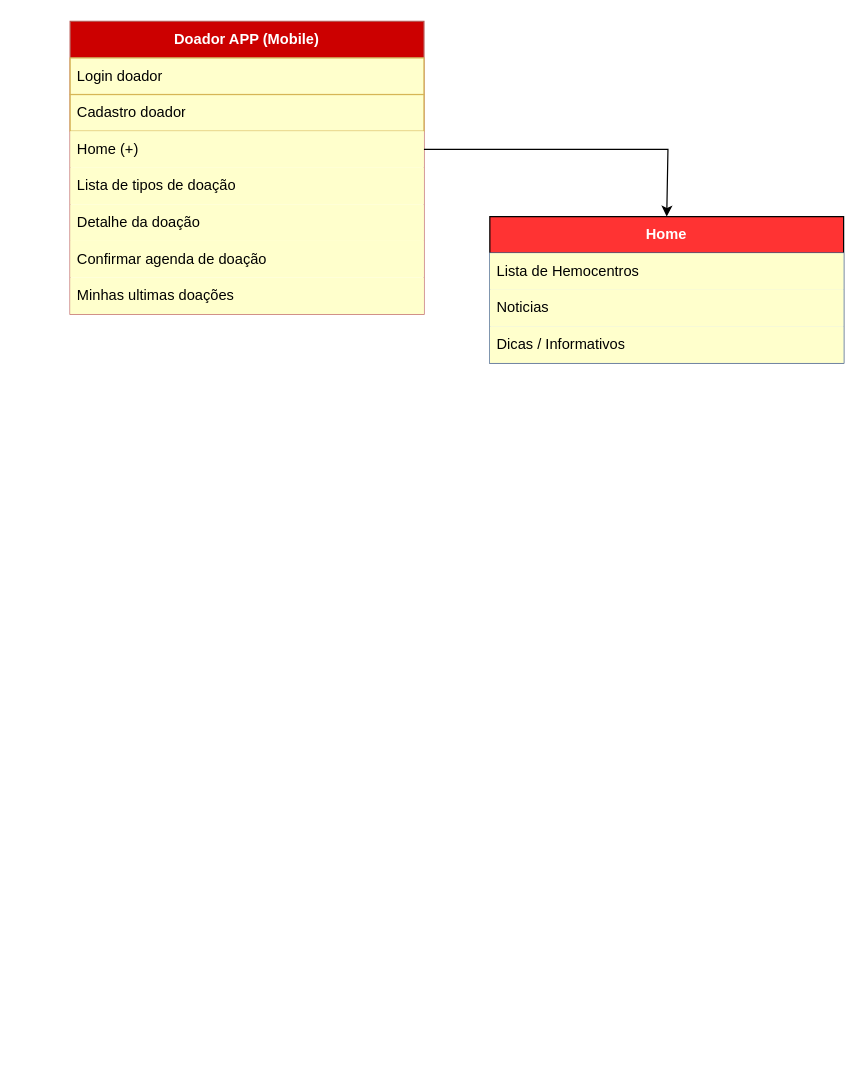
Earlier version of the draw.io diagram Sistema Hemosc.drawio (hemoscapp/base-app). Source tidied: cells renumbered, new cells numbered last; positions are measured from the earlier drawing's top-left corner, leaving out a move shared by most shapes. Both pictures are drawn from the tidied source at 122%, with x=0, y=0 at pixel (70, 21).
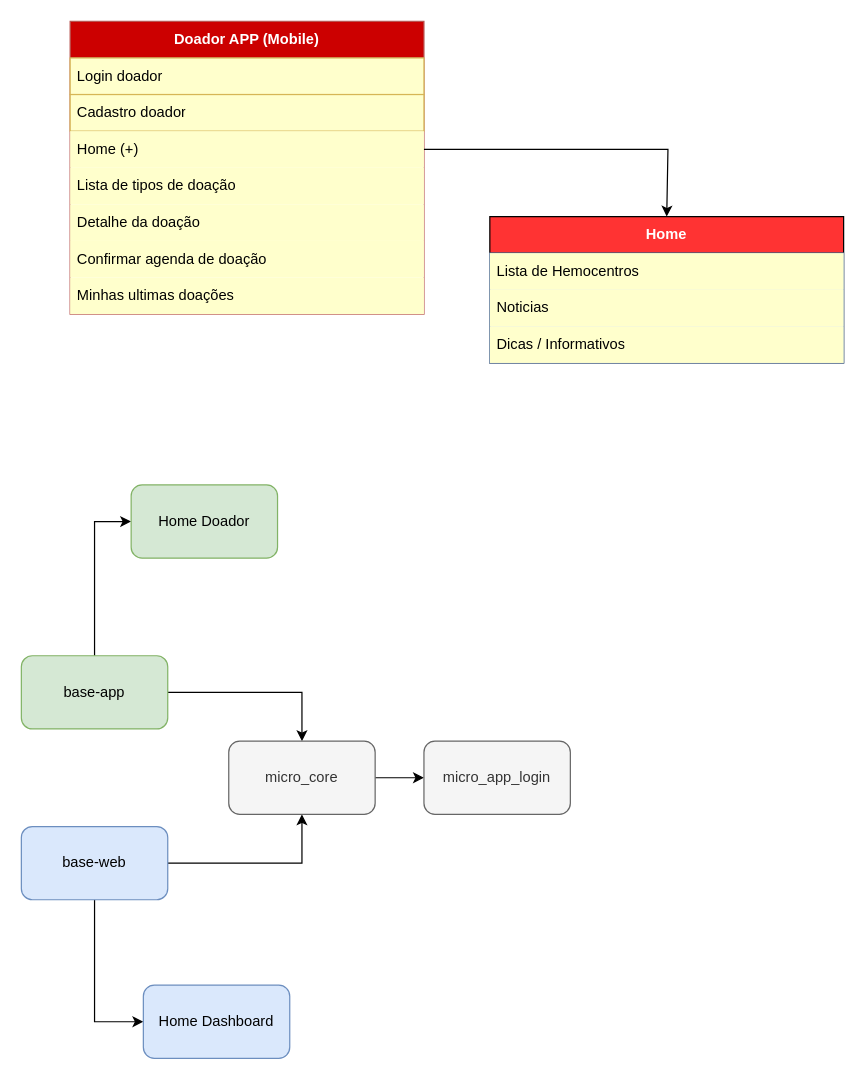
The same diagram, later.

What changed in the source:
```diff
@@
+    <mxCell id="16" style="edgeStyle=orthogonalEdgeStyle;rounded=0;jettySize=auto;html=1;entryX=0;entryY=0.5;entryDx=0;entryDy=0;" parent="1" edge="1" source="18" target="19">
+      <mxGeometry relative="1" as="geometry" />
+    </mxCell>
+    <mxCell id="17" style="edgeStyle=orthogonalEdgeStyle;rounded=0;jettySize=auto;html=1;entryX=0.5;entryY=0;entryDx=0;entryDy=0;" parent="1" edge="1" source="18" target="24">
+      <mxGeometry relative="1" as="geometry" />
+    </mxCell>
+    <mxCell id="18" value="base-app" style="rounded=1;whiteSpace=wrap;html=1;fillColor=#d5e8d4;strokeColor=#82b366;" parent="1" vertex="1">
+      <mxGeometry x="-40" y="520" width="120" height="60" as="geometry" />
+    </mxCell>
+    <mxCell id="19" value="Home Doador" style="rounded=1;whiteSpace=wrap;html=1;fillColor=#d5e8d4;strokeColor=#82b366;" parent="1" vertex="1">
+      <mxGeometry x="50" y="380" width="120" height="60" as="geometry" />
+    </mxCell>
+    <mxCell id="20" style="edgeStyle=orthogonalEdgeStyle;rounded=0;jettySize=auto;html=1;" parent="1" edge="1" source="22" target="24">
+      <mxGeometry relative="1" as="geometry" />
+    </mxCell>
+    <mxCell id="21" style="edgeStyle=orthogonalEdgeStyle;rounded=0;jettySize=auto;html=1;entryX=0;entryY=0.5;entryDx=0;entryDy=0;" parent="1" edge="1" source="22" target="26">
+      <mxGeometry relative="1" as="geometry" />
+    </mxCell>
+    <mxCell id="22" value="base-web" style="rounded=1;whiteSpace=wrap;html=1;fillColor=#dae8fc;strokeColor=#6c8ebf;" parent="1" vertex="1">
+      <mxGeometry x="-40" y="660" width="120" height="60" as="geometry" />
+    </mxCell>
+    <mxCell id="23" style="edgeStyle=orthogonalEdgeStyle;rounded=0;jettySize=auto;html=1;" parent="1" edge="1" source="24" target="25">
+      <mxGeometry relative="1" as="geometry" />
+    </mxCell>
+    <mxCell id="24" value="micro_core" style="rounded=1;whiteSpace=wrap;html=1;fillColor=#f5f5f5;fontColor=#333333;strokeColor=#666666;" parent="1" vertex="1">
+      <mxGeometry x="130" y="590" width="120" height="60" as="geometry" />
+    </mxCell>
+    <mxCell id="25" value="micro_app_login" style="whiteSpace=wrap;html=1;fillColor=#f5f5f5;strokeColor=#666666;fontColor=#333333;rounded=1;" parent="1" vertex="1">
+      <mxGeometry x="290" y="590" width="120" height="60" as="geometry" />
+    </mxCell>
+    <mxCell id="26" value="Home Dashboard" style="whiteSpace=wrap;html=1;fillColor=#dae8fc;strokeColor=#6c8ebf;rounded=1;" parent="1" vertex="1">
+      <mxGeometry x="60" y="790" width="120" height="60" as="geometry" />
+    </mxCell>
```
